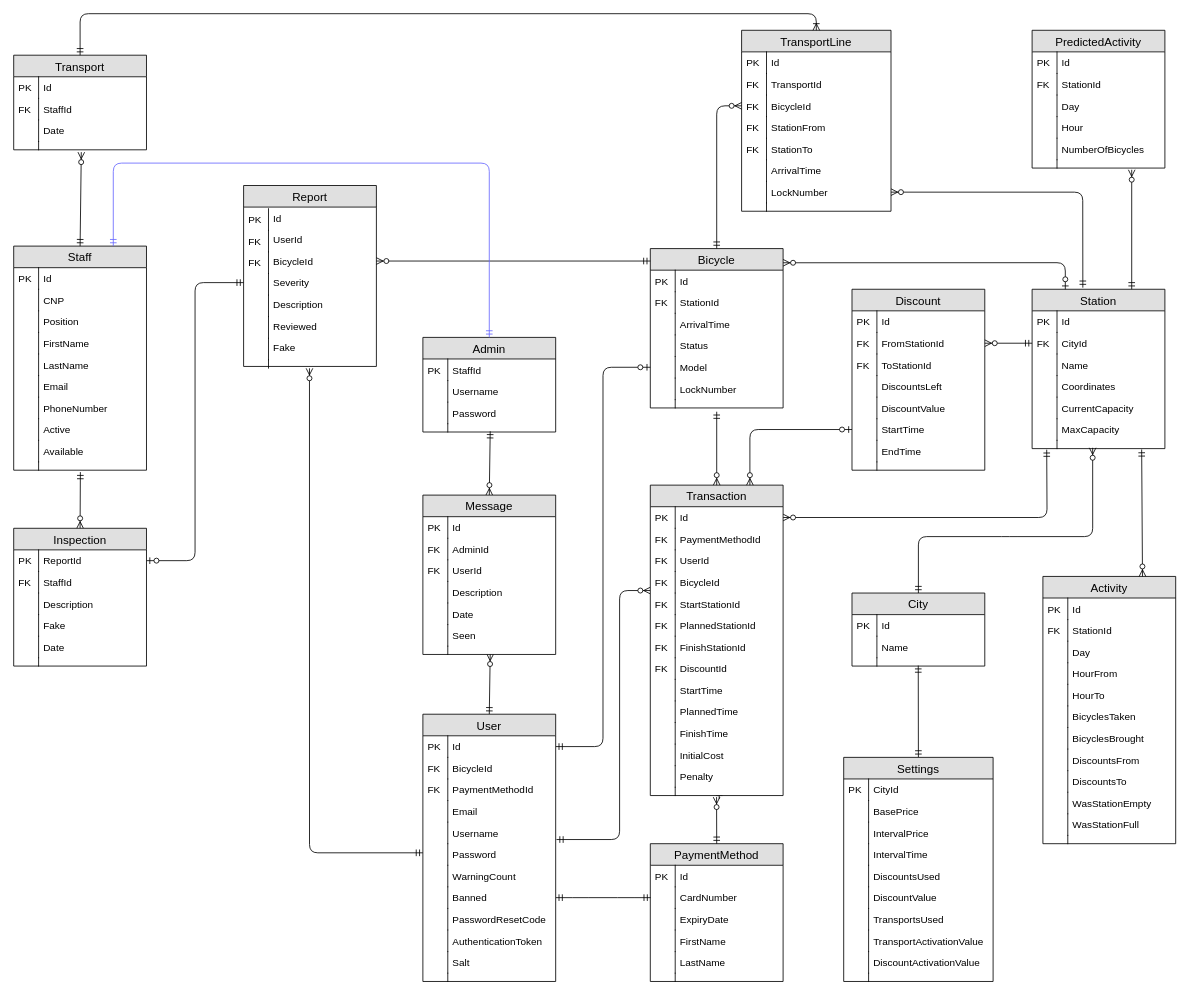
Before: Documentation/Database/Diagrams/Database Diagram.drawio in Tiberiu-Cocei/Licenta, a draw.io diagram. Source tidied: cells renumbered, new cells numbered last; positions are measured from the earlier drawing's top-left corner, leaving out a move shared by most shapes. Both pictures are drawn from the tidied source at 83%, with x=0, y=0 at pixel (13, 13).
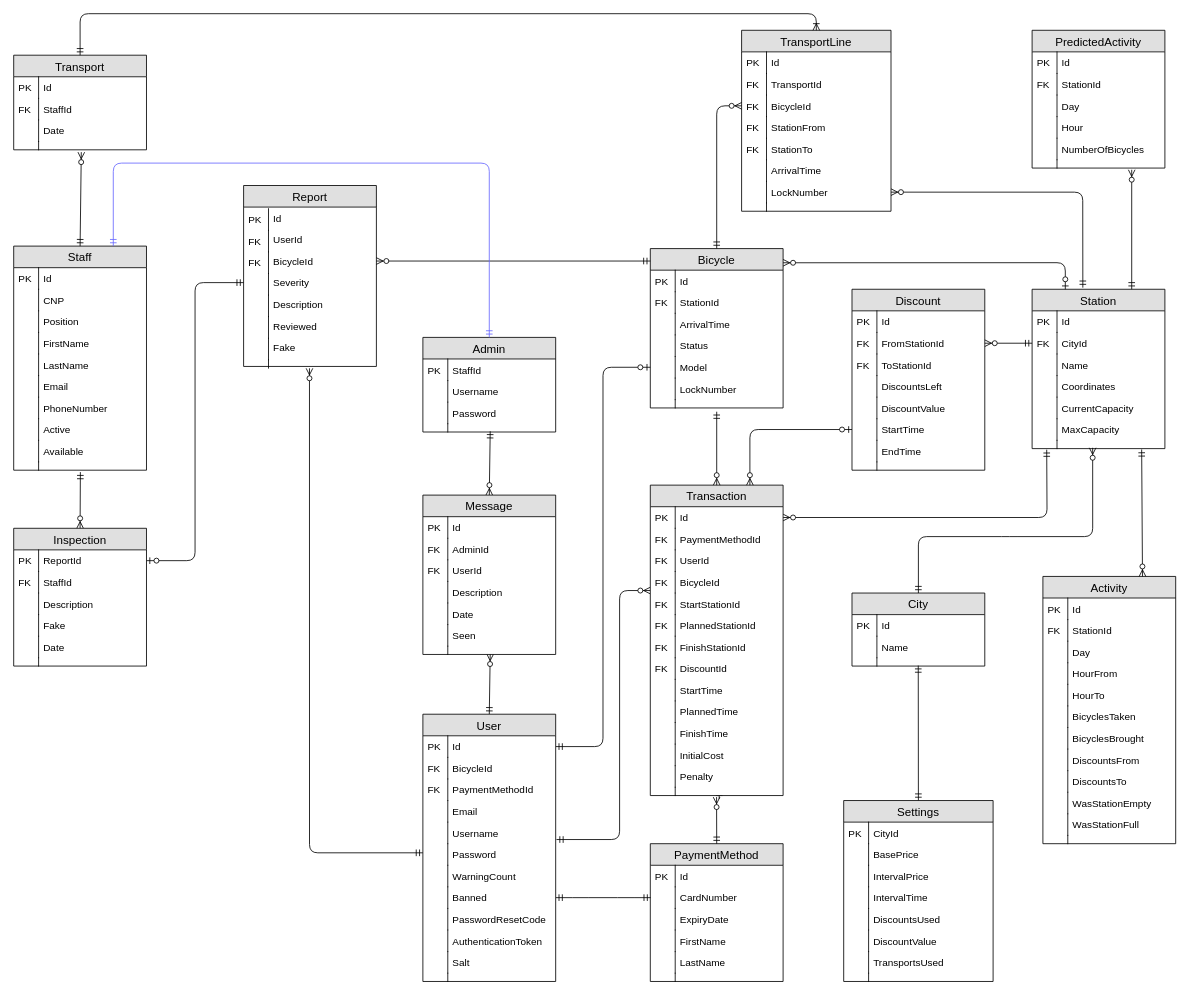
Above is the later version.

What changed in the source:
```diff
@@
     <mxCell id="287" value="Settings" style="swimlane;fontStyle=0;horizontal=1;startSize=26;fillColor=#e0e0e0;swimlaneFillColor=#ffffff;align=center;fontSize=14;" parent="1" vertex="1">
-      <mxGeometry x="1000" y="896" width="180" height="270" as="geometry" />
+      <mxGeometry x="1000" y="948" width="180" height="218" as="geometry" />
     </mxCell>
@@
-    <mxCell id="302" value="TransportActivationValue" style="shape=partialRectangle;top=0;left=0;right=0;bottom=0;align=left;verticalAlign=top;fillColor=none;spacingLeft=34;spacingRight=4;overflow=hidden;fontSize=12;" parent="287" vertex="1">
-      <mxGeometry y="208" width="180" height="26" as="geometry" />
-    </mxCell>
-    <mxCell id="303" style="shape=partialRectangle;top=0;left=0;bottom=0;fillColor=none;align=left;verticalAlign=top;spacingLeft=4;spacingRight=4;overflow=hidden;fontSize=12;" parent="302" vertex="1">
-      <mxGeometry width="30" height="26" as="geometry" />
-    </mxCell>
-    <mxCell id="304" value="DiscountActivationValue" style="shape=partialRectangle;top=0;left=0;right=0;bottom=0;align=left;verticalAlign=top;fillColor=none;spacingLeft=34;spacingRight=4;overflow=hidden;fontSize=12;" parent="287" vertex="1">
-      <mxGeometry y="234" width="180" height="26" as="geometry" />
-    </mxCell>
-    <mxCell id="305" style="shape=partialRectangle;top=0;left=0;bottom=0;fillColor=none;align=left;verticalAlign=top;spacingLeft=4;spacingRight=4;overflow=hidden;fontSize=12;" parent="304" vertex="1">
-      <mxGeometry width="30" height="26" as="geometry" />
-    </mxCell>
     <mxCell id="306" style="shape=partialRectangle;top=0;left=0;right=0;bottom=0;align=left;verticalAlign=top;fillColor=none;spacingLeft=34;spacingRight=4;overflow=hidden;fontSize=12;" parent="287" vertex="1">
-      <mxGeometry y="260" width="180" height="10" as="geometry" />
+      <mxGeometry y="208" width="180" height="10" as="geometry" />
     </mxCell>
```
